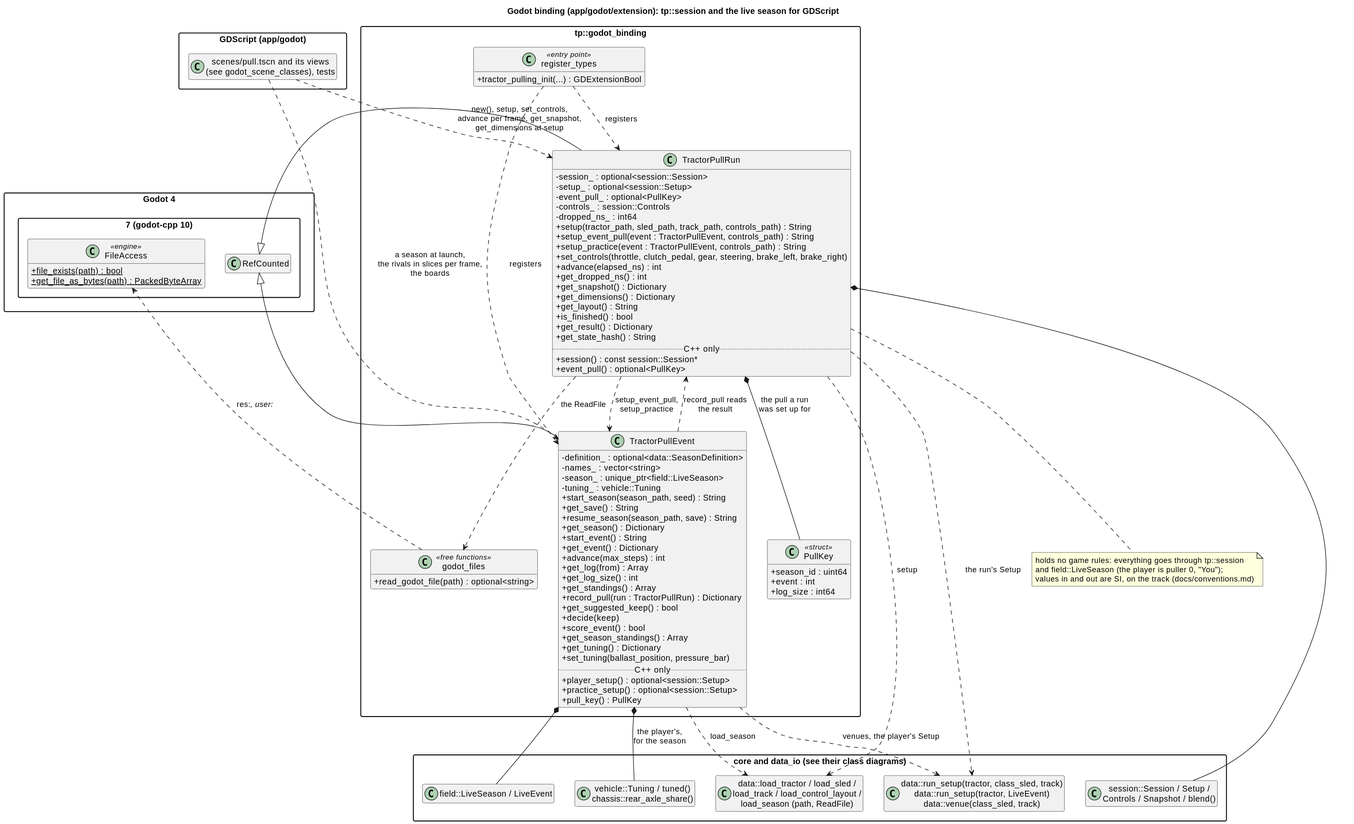
Earlier version of the PlantUML export docs/diagrams/svg/godot_classes.svg (wversteeg/TractorPulling).
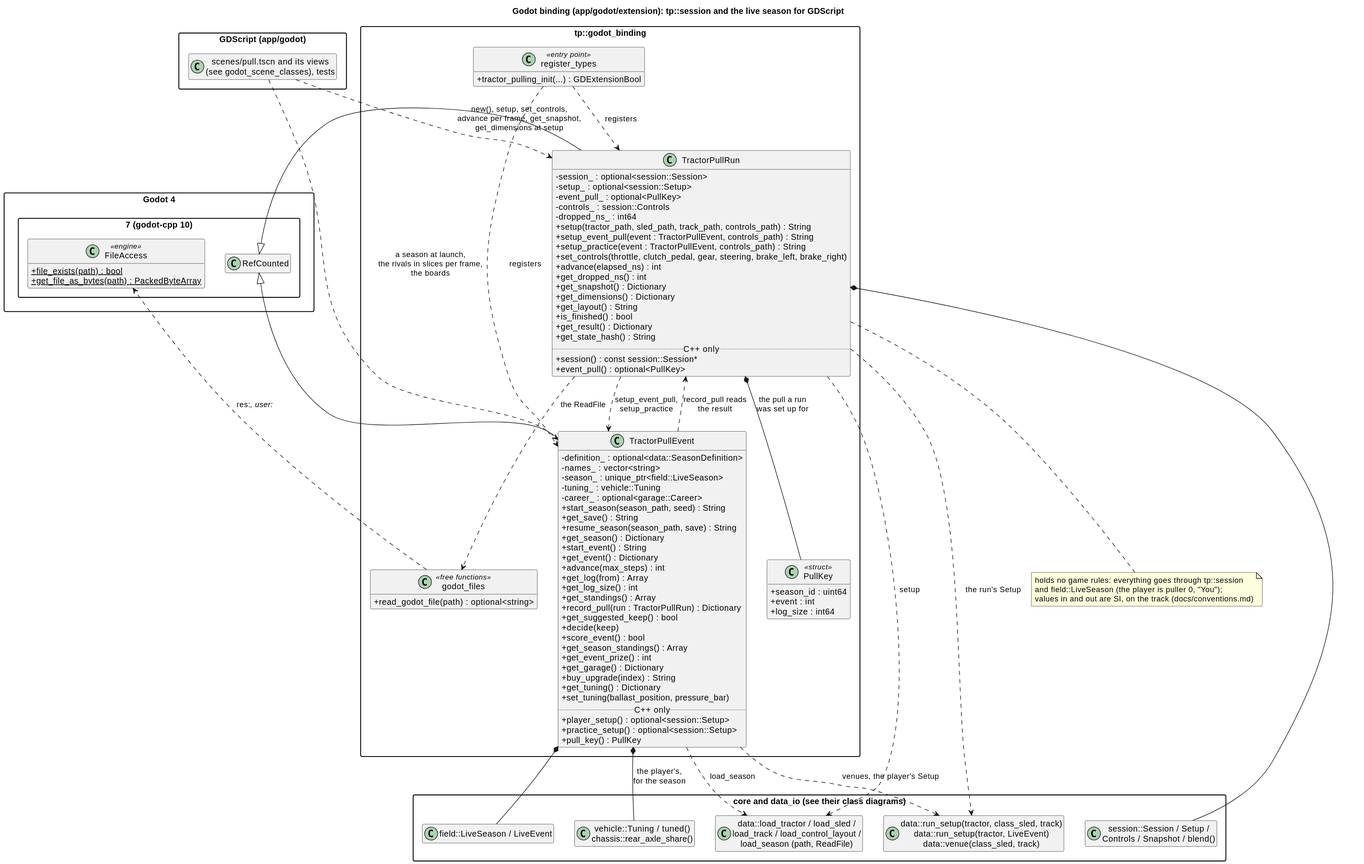
Later version of the same file.

What changed in the source:
```diff
@@ -40,6 +40,7 @@
     -names_ : vector<string>
     -season_ : unique_ptr<field::LiveSeason>
     -tuning_ : vehicle::Tuning
+    -career_ : optional<garage::Career>
     +start_season(season_path, seed) : String
     +get_save() : String
     +resume_season(season_path, save) : String
@@ -55,6 +56,9 @@
     +decide(keep)
     +score_event() : bool
     +get_season_standings() : Array
+    +get_event_prize() : int
+    +get_garage() : Dictionary
+    +buy_upgrade(index) : String
     +get_tuning() : Dictionary
     +set_tuning(ballast_position, pressure_bar)
     ..C++ only..
```
